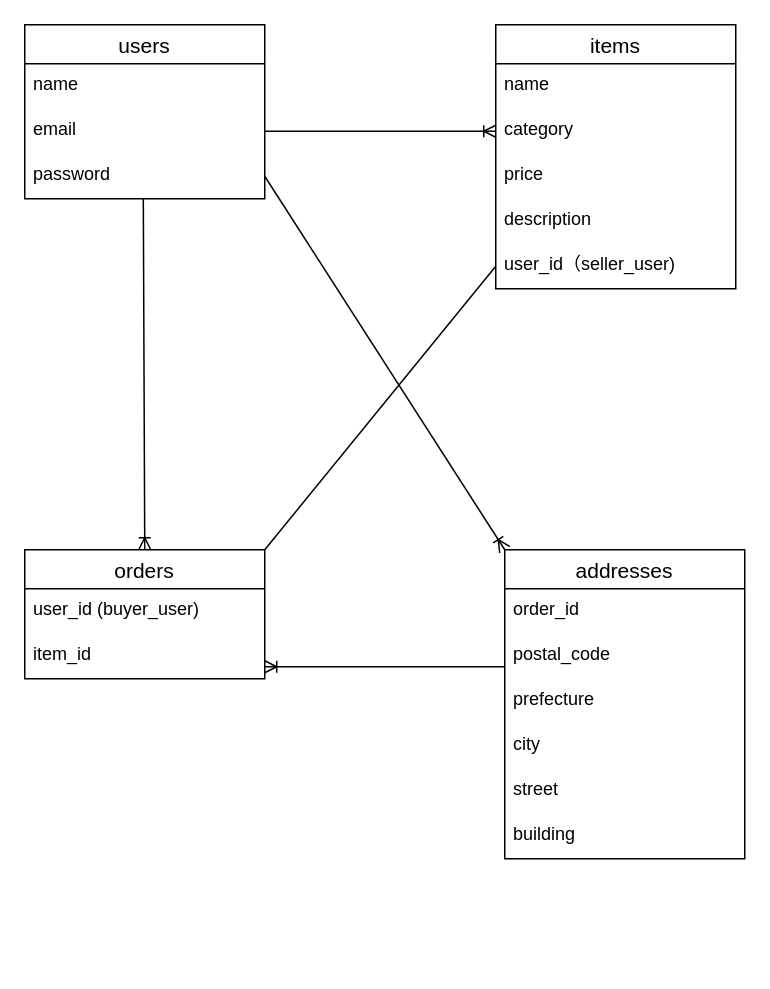
fuokuyama16/furima-41014 keeps this draw.io diagram as test.dio. Above is the earlier version. Source tidied: cells renumbered, new cells numbered last; positions are measured from the earlier drawing's top-left corner, leaving out a move shared by most shapes. Both pictures are drawn from the tidied source at 150%, with x=0, y=0 at pixel (24, 24).
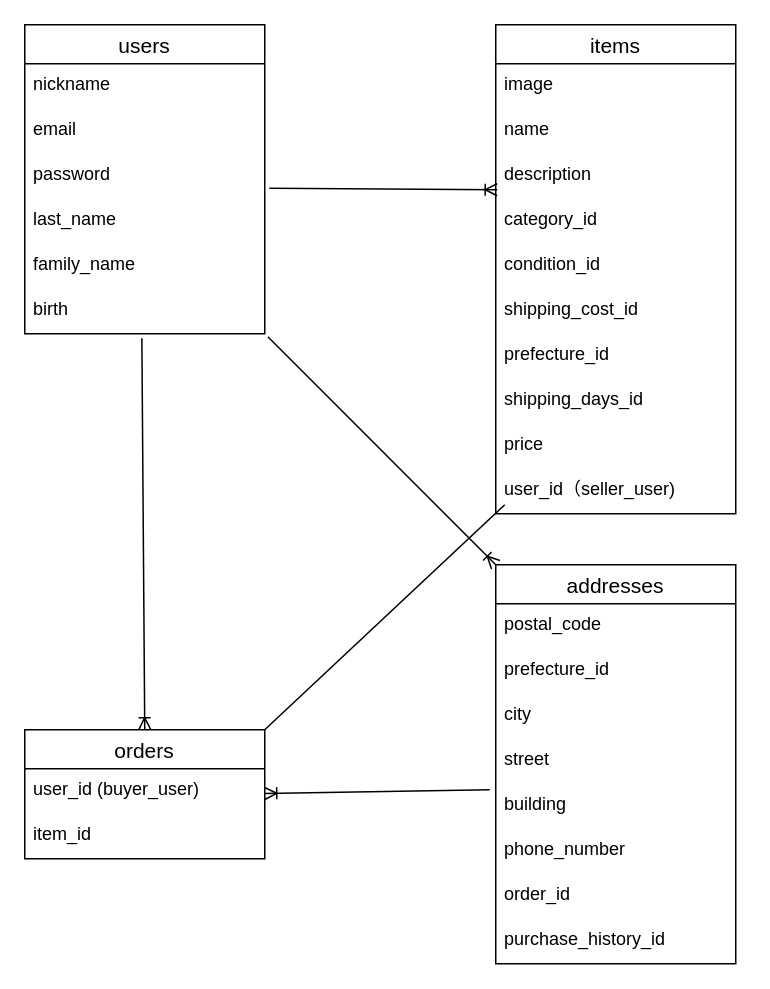
The same page after the edit.

The change refers to these unchanged cells:
```xml
<mxCell id="4" value="email&#10;" style="text;strokeColor=none;fillColor=none;spacingLeft=4;spacingRight=4;overflow=hidden;points=[[0,0.5],[1,0.5]];portConstraint=eastwest;fontSize=12;" parent="2" vertex="1">
  <mxGeometry y="56" width="160" height="30" as="geometry" />
</mxCell>
<mxCell id="5" value="password" style="text;strokeColor=none;fillColor=none;spacingLeft=4;spacingRight=4;overflow=hidden;points=[[0,0.5],[1,0.5]];portConstraint=eastwest;fontSize=12;" parent="2" vertex="1">
  <mxGeometry y="86" width="160" height="30" as="geometry" />
</mxCell>
```

What changed in the source:
```diff
@@
     <mxCell id="2" value="users" style="swimlane;fontStyle=0;horizontal=1;startSize=26;align=center;fontSize=14;" parent="1" vertex="1">
-      <mxGeometry width="160" height="116" as="geometry" />
+      <mxGeometry width="160" height="206" as="geometry" />
     </mxCell>
-    <mxCell id="3" value="name" style="text;strokeColor=none;fillColor=none;spacingLeft=4;spacingRight=4;overflow=hidden;fontSize=12;" parent="2" vertex="1">
+    <mxCell id="3" value="nickname" style="text;strokeColor=none;fillColor=none;spacingLeft=4;spacingRight=4;overflow=hidden;fontSize=12;" parent="2" vertex="1">
       <mxGeometry y="26" width="160" height="30" as="geometry" />
     </mxCell>
@@
+    <mxCell id="27" value="last_name" style="text;strokeColor=none;fillColor=none;spacingLeft=4;spacingRight=4;overflow=hidden;fontSize=12;" parent="2" vertex="1">
+      <mxGeometry y="116" width="160" height="30" as="geometry" />
+    </mxCell>
+    <mxCell id="28" value="family_name" style="text;strokeColor=none;fillColor=none;spacingLeft=4;spacingRight=4;overflow=hidden;fontSize=12;" parent="2" vertex="1">
+      <mxGeometry y="146" width="160" height="30" as="geometry" />
+    </mxCell>
+    <mxCell id="29" value="birth" style="text;strokeColor=none;fillColor=none;spacingLeft=4;spacingRight=4;overflow=hidden;points=[[0,0.5],[1,0.5]];portConstraint=eastwest;fontSize=12;" parent="2" vertex="1">
+      <mxGeometry y="176" width="160" height="30" as="geometry" />
+    </mxCell>
     <mxCell id="6" value="items" style="swimlane;fontStyle=0;horizontal=1;startSize=26;align=center;fontSize=14;" parent="1" vertex="1">
-      <mxGeometry x="314" width="160" height="176" as="geometry" />
+      <mxGeometry x="314" width="160" height="326" as="geometry" />
     </mxCell>
+    <mxCell id="30" value="image" style="text;strokeColor=none;fillColor=none;spacingLeft=4;spacingRight=4;overflow=hidden;fontSize=12;" parent="6" vertex="1">
+      <mxGeometry y="26" width="160" height="30" as="geometry" />
+    </mxCell>
-    <mxCell id="7" value="name&#10;" style="text;strokeColor=none;fillColor=none;spacingLeft=4;spacingRight=4;overflow=hidden;fontSize=12;" parent="6" vertex="1">
-      <mxGeometry y="26" width="160" height="30" as="geometry" />
+    <mxCell id="7" value="name" style="text;strokeColor=none;fillColor=none;spacingLeft=4;spacingRight=4;overflow=hidden;fontSize=12;" parent="6" vertex="1">
+      <mxGeometry y="56" width="160" height="30" as="geometry" />
     </mxCell>
+    <mxCell id="10" value="description" style="text;strokeColor=none;fillColor=none;spacingLeft=4;spacingRight=4;overflow=hidden;points=[[0,0.5],[1,0.5]];portConstraint=eastwest;fontSize=12;" parent="6" vertex="1">
+      <mxGeometry y="86" width="160" height="30" as="geometry" />
+    </mxCell>
-    <mxCell id="8" value="category" style="text;strokeColor=none;fillColor=none;spacingLeft=4;spacingRight=4;overflow=hidden;points=[[0,0.5],[1,0.5]];portConstraint=eastwest;fontSize=12;" parent="6" vertex="1">
-      <mxGeometry y="56" width="160" height="30" as="geometry" />
+    <mxCell id="8" value="category_id" style="text;strokeColor=none;fillColor=none;spacingLeft=4;spacingRight=4;overflow=hidden;points=[[0,0.5],[1,0.5]];portConstraint=eastwest;fontSize=12;" parent="6" vertex="1">
+      <mxGeometry y="116" width="160" height="30" as="geometry" />
     </mxCell>
+    <mxCell id="31" value="condition_id" style="text;strokeColor=none;fillColor=none;spacingLeft=4;spacingRight=4;overflow=hidden;fontSize=12;" parent="6" vertex="1">
+      <mxGeometry y="146" width="160" height="30" as="geometry" />
+    </mxCell>
+    <mxCell id="32" value="shipping_cost_id" style="text;strokeColor=none;fillColor=none;spacingLeft=4;spacingRight=4;overflow=hidden;fontSize=12;" parent="6" vertex="1">
+      <mxGeometry y="176" width="160" height="30" as="geometry" />
+    </mxCell>
-    <mxCell id="9" value="price" style="text;strokeColor=none;fillColor=none;spacingLeft=4;spacingRight=4;overflow=hidden;fontSize=12;" parent="6" vertex="1">
-      <mxGeometry y="86" width="160" height="30" as="geometry" />
+    <mxCell id="9" value="prefecture_id" style="text;strokeColor=none;fillColor=none;spacingLeft=4;spacingRight=4;overflow=hidden;fontSize=12;" parent="6" vertex="1">
+      <mxGeometry y="206" width="160" height="30" as="geometry" />
     </mxCell>
-    <mxCell id="10" value="description" style="text;strokeColor=none;fillColor=none;spacingLeft=4;spacingRight=4;overflow=hidden;points=[[0,0.5],[1,0.5]];portConstraint=eastwest;fontSize=12;" parent="6" vertex="1">
-      <mxGeometry y="116" width="160" height="30" as="geometry" />
-    </mxCell>
+    <mxCell id="33" value="shipping_days_id" style="text;strokeColor=none;fillColor=none;spacingLeft=4;spacingRight=4;overflow=hidden;fontSize=12;" parent="6" vertex="1">
+      <mxGeometry y="236" width="160" height="30" as="geometry" />
+    </mxCell>
+    <mxCell id="34" value="price" style="text;strokeColor=none;fillColor=none;spacingLeft=4;spacingRight=4;overflow=hidden;fontSize=12;" parent="6" vertex="1">
+      <mxGeometry y="266" width="160" height="30" as="geometry" />
+    </mxCell>
     <mxCell id="11" value="user_id（seller_user)" style="text;strokeColor=none;fillColor=none;spacingLeft=4;spacingRight=4;overflow=hidden;points=[[0,0.5],[1,0.5]];portConstraint=eastwest;fontSize=12;" parent="6" vertex="1">
-      <mxGeometry y="146" width="160" height="30" as="geometry" />
+      <mxGeometry y="296" width="160" height="30" as="geometry" />
     </mxCell>
-    <mxCell id="12" style="edgeStyle=none;html=1;exitX=0.5;exitY=0;exitDx=0;exitDy=0;entryX=0.494;entryY=1;entryDx=0;entryDy=0;entryPerimeter=0;startArrow=ERoneToMany;startFill=0;endArrow=none;endFill=0;" parent="1" edge="1" source="14" target="5">
+    <mxCell id="12" style="edgeStyle=none;html=1;exitX=0.5;exitY=0;exitDx=0;exitDy=0;startArrow=ERoneToMany;startFill=0;endArrow=none;endFill=0;entryX=0.488;entryY=1.1;entryDx=0;entryDy=0;entryPerimeter=0;" parent="1" edge="1" source="14" target="29">
       <mxGeometry relative="1" as="geometry" />
     </mxCell>
-    <mxCell id="13" style="edgeStyle=none;html=1;exitX=1;exitY=0;exitDx=0;exitDy=0;startArrow=none;startFill=0;endArrow=none;endFill=0;entryX=0;entryY=0.5;entryDx=0;entryDy=0;" parent="1" edge="1" source="14" target="11">
-      <mxGeometry relative="1" as="geometry" />
+    <mxCell id="13" style="edgeStyle=none;html=1;exitX=1;exitY=0;exitDx=0;exitDy=0;startArrow=none;startFill=0;endArrow=none;endFill=0;" parent="1" edge="1" source="14">
+      <mxGeometry relative="1" as="geometry">
+        <mxPoint x="320" y="320" as="targetPoint" />
+      </mxGeometry>
     </mxCell>
     <mxCell id="14" value="orders" style="swimlane;fontStyle=0;horizontal=1;startSize=26;align=center;fontSize=14;" parent="1" vertex="1">
-      <mxGeometry y="350" width="160" height="86" as="geometry" />
+      <mxGeometry y="470" width="160" height="86" as="geometry" />
     </mxCell>
@@
-    <mxCell id="17" style="edgeStyle=none;html=1;exitX=0;exitY=0;exitDx=0;exitDy=0;entryX=1;entryY=0.5;entryDx=0;entryDy=0;startArrow=ERoneToMany;startFill=0;endArrow=none;endFill=0;" parent="1" edge="1" source="18" target="5">
+    <mxCell id="17" style="edgeStyle=none;html=1;exitX=0;exitY=0;exitDx=0;exitDy=0;entryX=1.013;entryY=1.067;entryDx=0;entryDy=0;startArrow=ERoneToMany;startFill=0;endArrow=none;endFill=0;entryPerimeter=0;" parent="1" edge="1" source="18" target="29">
       <mxGeometry relative="1" as="geometry" />
     </mxCell>
     <mxCell id="18" value="addresses" style="swimlane;fontStyle=0;horizontal=1;startSize=26;align=center;fontSize=14;" parent="1" vertex="1">
-      <mxGeometry x="320" y="350" width="160" height="206" as="geometry" />
+      <mxGeometry x="314" y="360" width="160" height="266" as="geometry" />
     </mxCell>
-    <mxCell id="19" value="order_id" style="text;strokeColor=none;fillColor=none;spacingLeft=4;spacingRight=4;overflow=hidden;fontSize=12;" parent="18" vertex="1">
-      <mxGeometry y="26" width="160" height="30" as="geometry" />
-    </mxCell>
     <mxCell id="20" value="postal_code" style="text;strokeColor=none;fillColor=none;spacingLeft=4;spacingRight=4;overflow=hidden;fontSize=12;" parent="18" vertex="1">
-      <mxGeometry y="56" width="160" height="30" as="geometry" />
+      <mxGeometry y="26" width="160" height="30" as="geometry" />
     </mxCell>
-    <mxCell id="21" value="prefecture" style="text;strokeColor=none;fillColor=none;spacingLeft=4;spacingRight=4;overflow=hidden;fontSize=12;" parent="18" vertex="1">
-      <mxGeometry y="86" width="160" height="30" as="geometry" />
+    <mxCell id="21" value="prefecture_id" style="text;strokeColor=none;fillColor=none;spacingLeft=4;spacingRight=4;overflow=hidden;fontSize=12;" parent="18" vertex="1">
+      <mxGeometry y="56" width="160" height="30" as="geometry" />
     </mxCell>
-    <mxCell id="22" value="city" style="text;strokeColor=none;fillColor=none;spacingLeft=4;spacingRight=4;overflow=hidden;fontSize=12;" parent="18" vertex="1">
-      <mxGeometry y="116" width="160" height="30" as="geometry" />
-    </mxCell>
+    <mxCell id="35" value="city" style="text;strokeColor=none;fillColor=none;spacingLeft=4;spacingRight=4;overflow=hidden;fontSize=12;" parent="18" vertex="1">
+      <mxGeometry y="86" width="160" height="30" as="geometry" />
+    </mxCell>
     <mxCell id="23" value="street" style="text;strokeColor=none;fillColor=none;spacingLeft=4;spacingRight=4;overflow=hidden;fontSize=12;" parent="18" vertex="1">
-      <mxGeometry y="146" width="160" height="30" as="geometry" />
+      <mxGeometry y="116" width="160" height="30" as="geometry" />
     </mxCell>
     <mxCell id="24" value="building" style="text;strokeColor=none;fillColor=none;spacingLeft=4;spacingRight=4;overflow=hidden;fontSize=12;" parent="18" vertex="1">
-      <mxGeometry y="176" width="160" height="30" as="geometry" />
+      <mxGeometry y="146" width="160" height="30" as="geometry" />
     </mxCell>
+    <mxCell id="22" value="phone_number" style="text;strokeColor=none;fillColor=none;spacingLeft=4;spacingRight=4;overflow=hidden;fontSize=12;" parent="18" vertex="1">
+      <mxGeometry y="176" width="160" height="30" as="geometry" />
+    </mxCell>
+    <mxCell id="19" value="order_id" style="text;strokeColor=none;fillColor=none;spacingLeft=4;spacingRight=4;overflow=hidden;fontSize=12;" parent="18" vertex="1">
+      <mxGeometry y="206" width="160" height="30" as="geometry" />
+    </mxCell>
+    <mxCell id="36" value="purchase_history_id" style="text;strokeColor=none;fillColor=none;spacingLeft=4;spacingRight=4;overflow=hidden;fontSize=12;" parent="18" vertex="1">
+      <mxGeometry y="236" width="160" height="30" as="geometry" />
+    </mxCell>
     <mxCell id="25" style="edgeStyle=none;html=1;endArrow=none;endFill=0;startArrow=ERoneToMany;startFill=0;" parent="1" edge="1">
       <mxGeometry relative="1" as="geometry">
-        <mxPoint x="160" y="428" as="sourcePoint" />
-        <mxPoint x="320" y="428" as="targetPoint" />
+        <mxPoint x="160" y="512.5" as="sourcePoint" />
+        <mxPoint x="310" y="510" as="targetPoint" />
       </mxGeometry>
     </mxCell>
-    <mxCell id="26" style="html=1;exitX=0;exitY=0.5;exitDx=0;exitDy=0;entryX=1;entryY=0.5;entryDx=0;entryDy=0;startArrow=ERoneToMany;startFill=0;endArrow=none;endFill=0;" parent="1" edge="1" source="8" target="4">
-      <mxGeometry relative="1" as="geometry" />
-    </mxCell>
+    <mxCell id="37" style="edgeStyle=none;html=1;exitX=0.006;exitY=0.8;exitDx=0;exitDy=0;startArrow=ERoneToMany;startFill=0;endArrow=none;endFill=0;exitPerimeter=0;entryX=1.019;entryY=0.767;entryDx=0;entryDy=0;entryPerimeter=0;" parent="1" edge="1" source="10" target="5">
+      <mxGeometry relative="1" as="geometry" />
+    </mxCell>
```
